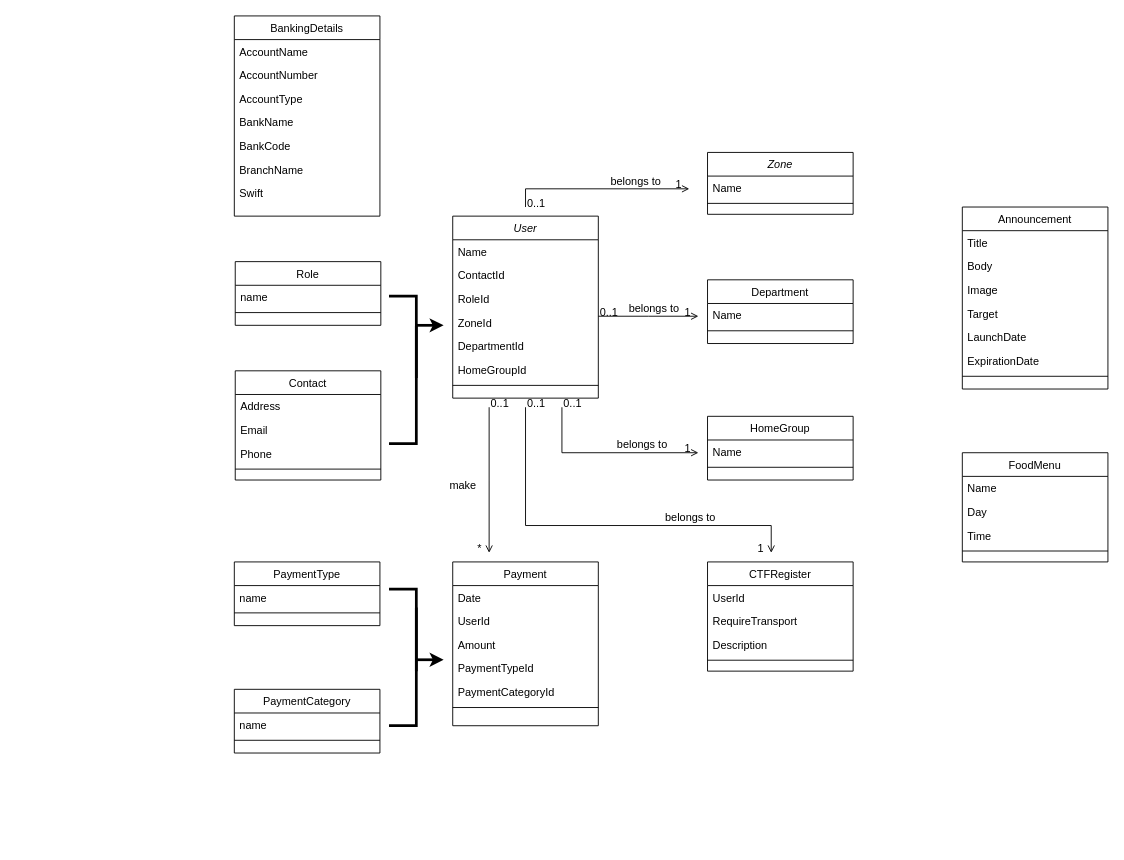
Before: Untitled Diagram.drawio in alphamonline/HIM-Events-App, a draw.io diagram. Source tidied: cells renumbered, new cells numbered last; positions are measured from the earlier drawing's top-left corner, leaving out a move shared by most shapes. Both pictures are drawn from the tidied source at 91%, with x=0, y=0 at pixel (234, 15).
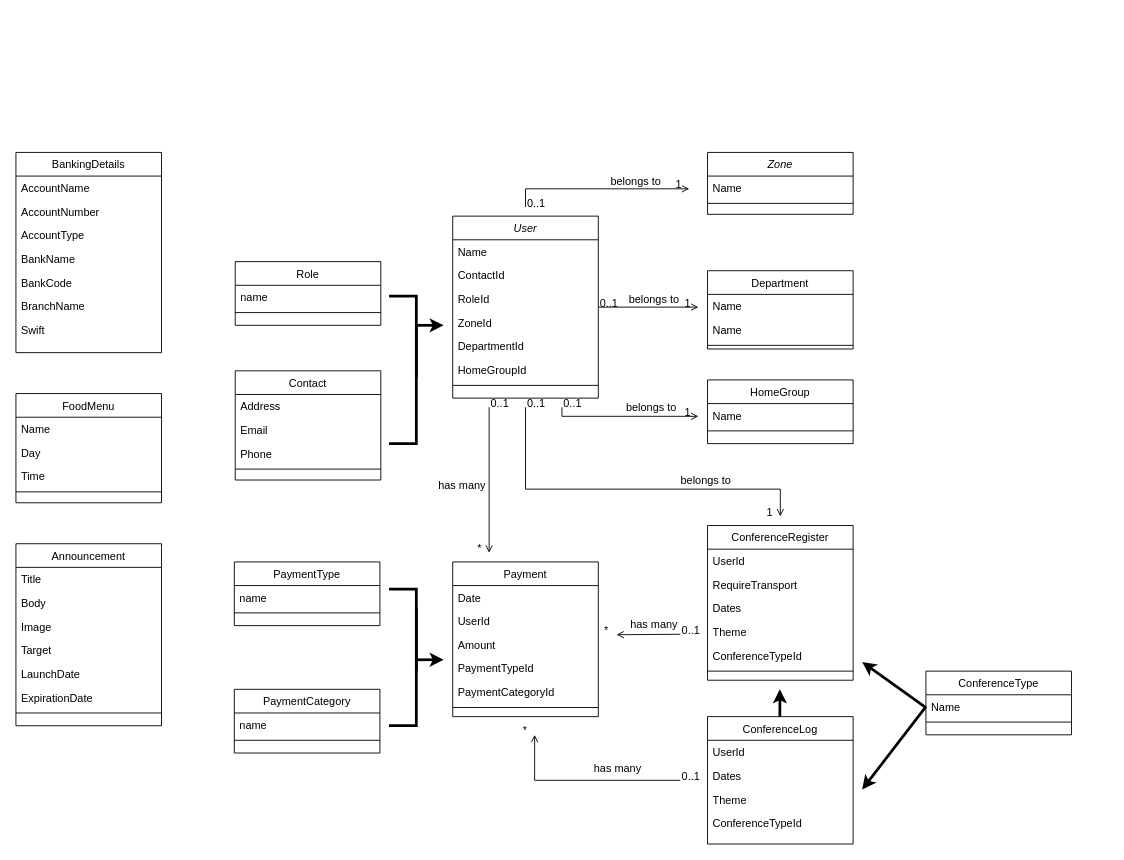
The same diagram, later.

Unchanged cells that the change refers to:
```xml
<mxCell id="2" value="User" style="swimlane;fontStyle=2;align=center;verticalAlign=top;horizontal=1;startSize=26;rounded=0;shadow=0;strokeWidth=1;" parent="1" vertex="1">
  <mxGeometry x="240" y="220" width="160" height="200" as="geometry" />
</mxCell>
<mxCell id="31" value="Name" style="text;align=left;verticalAlign=top;spacingLeft=4;spacingRight=4;overflow=hidden;points=[[0,0.5],[1,0.5]];portConstraint=eastwest;" parent="30" vertex="1">
  <mxGeometry y="26" width="160" height="26" as="geometry" />
</mxCell>
<mxCell id="52" style="endArrow=open;shadow=0;strokeWidth=1;rounded=0;curved=0;endFill=1;edgeStyle=elbowEdgeStyle;elbow=vertical;" parent="1" edge="1">
  <mxGeometry x="0.5" y="41" relative="1" as="geometry">
    <mxPoint x="280" y="430" as="sourcePoint" />
    <mxPoint x="280" y="590" as="targetPoint" />
    <mxPoint x="-40" y="32" as="offset" />
  </mxGeometry>
</mxCell>
```

What changed in the source:
```diff
@@
     <mxCell id="15" value="BankingDetails" style="swimlane;fontStyle=0;align=center;verticalAlign=top;horizontal=1;startSize=26;rounded=0;shadow=0;strokeWidth=1;" parent="1" vertex="1">
-      <mxGeometry width="160" height="220" as="geometry" />
+      <mxGeometry x="-240" y="150" width="160" height="220" as="geometry" />
     </mxCell>
@@
     <mxCell id="23" value="Department" style="swimlane;fontStyle=0;align=center;verticalAlign=top;horizontal=1;startSize=26;rounded=0;shadow=0;strokeWidth=1;" parent="1" vertex="1">
-      <mxGeometry x="520" y="290" width="160" height="70" as="geometry" />
+      <mxGeometry x="520" y="280" width="160" height="86" as="geometry" />
     </mxCell>
+    <mxCell id="92" value="Name" style="text;align=left;verticalAlign=top;spacingLeft=4;spacingRight=4;overflow=hidden;" parent="23" vertex="1">
+      <mxGeometry y="26" width="160" height="26" as="geometry" />
+    </mxCell>
     <mxCell id="24" value="Name" style="text;align=left;verticalAlign=top;spacingLeft=4;spacingRight=4;overflow=hidden;" parent="23" vertex="1">
-      <mxGeometry y="26" width="160" height="26" as="geometry" />
+      <mxGeometry y="52" width="160" height="26" as="geometry" />
     </mxCell>
     <mxCell id="25" style="line;html=1;strokeWidth=1;align=left;verticalAlign=middle;spacingTop=-1;spacingLeft=3;spacingRight=3;labelPosition=right;" parent="23" vertex="1">
-      <mxGeometry y="52" width="160" height="8" as="geometry" />
+      <mxGeometry y="78" width="160" height="8" as="geometry" />
     </mxCell>
     <mxCell id="26" style="endArrow=open;shadow=0;strokeWidth=1;rounded=0;curved=0;endFill=1;edgeStyle=elbowEdgeStyle;elbow=vertical;" parent="1" edge="1" source="2">
       <mxGeometry x="0.5" y="41" relative="1" as="geometry">
-        <mxPoint x="510" y="330" as="targetPoint" />
+        <mxPoint x="510" y="320" as="targetPoint" />
+        <Array as="points">
+          <mxPoint x="450" y="320" />
+        </Array>
         <mxPoint x="-40" y="32" as="offset" />
       </mxGeometry>
     </mxCell>
@@
-    <mxCell id="30" value="HomeGroup" style="swimlane;fontStyle=0;align=center;verticalAlign=top;horizontal=1;startSize=26;rounded=0;shadow=0;strokeWidth=1;" parent="1" vertex="1">
-      <mxGeometry x="520" y="440" width="160" height="70" as="geometry" />
+    <mxCell id="30" value="ConferenceType" style="swimlane;fontStyle=0;align=center;verticalAlign=top;horizontal=1;startSize=26;rounded=0;shadow=0;strokeWidth=1;" parent="1" vertex="1">
+      <mxGeometry x="760" y="720" width="160" height="70" as="geometry" />
     </mxCell>
@@
     <mxCell id="33" style="endArrow=open;shadow=0;strokeWidth=1;rounded=0;curved=0;endFill=1;edgeStyle=elbowEdgeStyle;elbow=vertical;" parent="1" edge="1">
       <mxGeometry x="0.5" y="41" relative="1" as="geometry">
         <mxPoint x="360" y="430" as="sourcePoint" />
-        <mxPoint x="510" y="480" as="targetPoint" />
+        <mxPoint x="510" y="440" as="targetPoint" />
         <Array as="points">
-          <mxPoint x="430" y="480" />
+          <mxPoint x="430" y="440" />
         </Array>
         <mxPoint x="-40" y="32" as="offset" />
       </mxGeometry>
     </mxCell>
@@
     <mxCell id="40" value="FoodMenu" style="swimlane;fontStyle=0;align=center;verticalAlign=top;horizontal=1;startSize=26;rounded=0;shadow=0;strokeWidth=1;" parent="1" vertex="1">
-      <mxGeometry x="800" y="480" width="160" height="120" as="geometry" />
+      <mxGeometry x="-240" y="415" width="160" height="120" as="geometry" />
     </mxCell>
@@
     <mxCell id="45" value="Payment" style="swimlane;fontStyle=0;align=center;verticalAlign=top;horizontal=1;startSize=26;rounded=0;shadow=0;strokeWidth=1;" parent="1" vertex="1">
-      <mxGeometry x="240" y="600" width="160" height="180" as="geometry" />
+      <mxGeometry x="240" y="600" width="160" height="170" as="geometry" />
     </mxCell>
@@
-    <mxCell id="55" value="make" style="text;html=1;align=center;verticalAlign=middle;labelBackgroundColor=none;rounded=0;shadow=0;strokeWidth=1;fontSize=12;" parent="52" vertex="1">
+    <mxCell id="55" value="has many" style="text;html=1;align=center;verticalAlign=middle;labelBackgroundColor=none;rounded=0;shadow=0;strokeWidth=1;fontSize=12;" parent="52" vertex="1">
       <mxGeometry x="0.5" y="49" relative="1" as="geometry">
-        <mxPoint x="-79" y="-35" as="offset" />
+        <mxPoint x="-80" y="-35" as="offset" />
       </mxGeometry>
     </mxCell>
@@
     <mxCell id="68" value="Announcement" style="swimlane;fontStyle=0;align=center;verticalAlign=top;horizontal=1;startSize=26;rounded=0;shadow=0;strokeWidth=1;" parent="1" vertex="1">
-      <mxGeometry x="800" y="210" width="160" height="200" as="geometry" />
+      <mxGeometry x="-240" y="580" width="160" height="200" as="geometry" />
     </mxCell>
@@
-    <mxCell id="83" value="CTFRegister" style="swimlane;fontStyle=0;align=center;verticalAlign=top;horizontal=1;startSize=26;rounded=0;shadow=0;strokeWidth=1;" parent="1" vertex="1">
-      <mxGeometry x="520" y="600" width="160" height="120" as="geometry" />
+    <mxCell id="83" value="ConferenceRegister" style="swimlane;fontStyle=0;align=center;verticalAlign=top;horizontal=1;startSize=26;rounded=0;shadow=0;strokeWidth=1;" parent="1" vertex="1">
+      <mxGeometry x="520" y="560" width="160" height="170" as="geometry" />
     </mxCell>
@@
-    <mxCell id="86" value="Description" style="text;align=left;verticalAlign=top;spacingLeft=4;spacingRight=4;overflow=hidden;rounded=0;shadow=0;html=0;" parent="83" vertex="1">
+    <mxCell id="86" value="Dates" style="text;align=left;verticalAlign=top;spacingLeft=4;spacingRight=4;overflow=hidden;rounded=0;shadow=0;html=0;" parent="83" vertex="1">
       <mxGeometry y="78" width="160" height="26" as="geometry" />
     </mxCell>
-    <mxCell id="87" style="line;html=1;strokeWidth=1;align=left;verticalAlign=middle;spacingTop=-1;spacingLeft=3;spacingRight=3;labelPosition=right;" parent="83" vertex="1">
-      <mxGeometry y="104" width="160" height="8" as="geometry" />
-    </mxCell>
+    <mxCell id="93" value="Theme" style="text;align=left;verticalAlign=top;spacingLeft=4;spacingRight=4;overflow=hidden;rounded=0;shadow=0;html=0;" parent="83" vertex="1">
+      <mxGeometry y="104" width="160" height="26" as="geometry" />
+    </mxCell>
+    <mxCell id="94" value="ConferenceTypeId" style="text;align=left;verticalAlign=top;spacingLeft=4;spacingRight=4;overflow=hidden;rounded=0;shadow=0;html=0;" parent="83" vertex="1">
+      <mxGeometry y="130" width="160" height="26" as="geometry" />
+    </mxCell>
+    <mxCell id="95" style="line;html=1;strokeWidth=1;align=left;verticalAlign=middle;spacingTop=-1;spacingLeft=3;spacingRight=3;labelPosition=right;" parent="83" vertex="1">
+      <mxGeometry y="156" width="160" height="8" as="geometry" />
+    </mxCell>
     <mxCell id="88" style="endArrow=open;shadow=0;strokeWidth=1;rounded=0;curved=0;endFill=1;edgeStyle=elbowEdgeStyle;elbow=vertical;" parent="1" edge="1">
       <mxGeometry x="0.5" y="41" relative="1" as="geometry">
         <mxPoint x="320" y="430" as="sourcePoint" />
-        <mxPoint x="590" y="590" as="targetPoint" />
+        <mxPoint x="600" y="550" as="targetPoint" />
         <Array as="points">
-          <mxPoint x="320" y="560" />
+          <mxPoint x="320" y="520" />
         </Array>
         <mxPoint x="-40" y="32" as="offset" />
       </mxGeometry>
     </mxCell>
@@
+    <mxCell id="96" value="ConferenceLog" style="swimlane;fontStyle=0;align=center;verticalAlign=top;horizontal=1;startSize=26;rounded=0;shadow=0;strokeWidth=1;" parent="1" vertex="1">
+      <mxGeometry x="520" y="770" width="160" height="140" as="geometry" />
+    </mxCell>
+    <mxCell id="97" value="UserId" style="text;align=left;verticalAlign=top;spacingLeft=4;spacingRight=4;overflow=hidden;" parent="96" vertex="1">
+      <mxGeometry y="26" width="160" height="26" as="geometry" />
+    </mxCell>
+    <mxCell id="98" value="Dates" style="text;align=left;verticalAlign=top;spacingLeft=4;spacingRight=4;overflow=hidden;rounded=0;shadow=0;html=0;" parent="96" vertex="1">
+      <mxGeometry y="52" width="160" height="26" as="geometry" />
+    </mxCell>
+    <mxCell id="99" value="Theme" style="text;align=left;verticalAlign=top;spacingLeft=4;spacingRight=4;overflow=hidden;rounded=0;shadow=0;html=0;" parent="96" vertex="1">
+      <mxGeometry y="78" width="160" height="26" as="geometry" />
+    </mxCell>
+    <mxCell id="100" value="ConferenceTypeId" style="text;align=left;verticalAlign=top;spacingLeft=4;spacingRight=4;overflow=hidden;rounded=0;shadow=0;html=0;" parent="96" vertex="1">
+      <mxGeometry y="104" width="160" height="26" as="geometry" />
+    </mxCell>
+    <mxCell id="101" style="endArrow=classic;html=1;rounded=0;strokeWidth=3;" parent="1" edge="1">
+      <mxGeometry relative="1" as="geometry">
+        <mxPoint x="599.5" y="770" as="sourcePoint" />
+        <mxPoint x="599.5" y="740" as="targetPoint" />
+      </mxGeometry>
+    </mxCell>
+    <mxCell id="102" style="endArrow=open;shadow=0;strokeWidth=1;rounded=0;curved=0;endFill=1;edgeStyle=elbowEdgeStyle;elbow=vertical;" parent="1" edge="1">
+      <mxGeometry x="0.5" y="41" relative="1" as="geometry">
+        <mxPoint x="490" y="679.5" as="sourcePoint" />
+        <mxPoint x="420" y="680" as="targetPoint" />
+        <mxPoint x="-40" y="32" as="offset" />
+      </mxGeometry>
+    </mxCell>
+    <mxCell id="103" value="0..1" style="align=left;verticalAlign=bottom;labelBackgroundColor=none;fontSize=12;" parent="102" vertex="1">
+      <mxGeometry x="-1" relative="1" as="geometry">
+        <mxPoint y="4" as="offset" />
+      </mxGeometry>
+    </mxCell>
+    <mxCell id="104" value="*" style="align=right;verticalAlign=bottom;labelBackgroundColor=none;fontSize=12;" parent="102" vertex="1">
+      <mxGeometry x="1" relative="1" as="geometry">
+        <mxPoint x="-7" y="4" as="offset" />
+      </mxGeometry>
+    </mxCell>
+    <mxCell id="105" value="has many" style="text;html=1;align=center;verticalAlign=middle;labelBackgroundColor=none;rounded=0;shadow=0;strokeWidth=1;fontSize=12;" parent="102" vertex="1">
+      <mxGeometry x="0.5" y="49" relative="1" as="geometry">
+        <mxPoint x="23" y="-61" as="offset" />
+      </mxGeometry>
+    </mxCell>
+    <mxCell id="106" value="HomeGroup" style="swimlane;fontStyle=0;align=center;verticalAlign=top;horizontal=1;startSize=26;rounded=0;shadow=0;strokeWidth=1;" parent="1" vertex="1">
+      <mxGeometry x="520" y="400" width="160" height="70" as="geometry" />
+    </mxCell>
+    <mxCell id="107" value="Name" style="text;align=left;verticalAlign=top;spacingLeft=4;spacingRight=4;overflow=hidden;" parent="106" vertex="1">
+      <mxGeometry y="26" width="160" height="26" as="geometry" />
+    </mxCell>
+    <mxCell id="108" style="line;html=1;strokeWidth=1;align=left;verticalAlign=middle;spacingTop=-1;spacingLeft=3;spacingRight=3;labelPosition=right;" parent="106" vertex="1">
+      <mxGeometry y="52" width="160" height="8" as="geometry" />
+    </mxCell>
+    <mxCell id="109" style="endArrow=classic;html=1;rounded=0;strokeWidth=3;exitX=0;exitY=0.5;exitDx=0;exitDy=0;" parent="1" edge="1" source="31">
+      <mxGeometry relative="1" as="geometry">
+        <mxPoint x="690" y="850" as="targetPoint" />
+      </mxGeometry>
+    </mxCell>
+    <mxCell id="110" style="endArrow=classic;html=1;rounded=0;strokeWidth=3;" parent="1" edge="1">
+      <mxGeometry relative="1" as="geometry">
+        <mxPoint x="760" y="760" as="sourcePoint" />
+        <mxPoint x="690" y="710" as="targetPoint" />
+      </mxGeometry>
+    </mxCell>
+    <mxCell id="111" style="endArrow=open;shadow=0;strokeWidth=1;rounded=0;curved=0;endFill=1;edgeStyle=elbowEdgeStyle;elbow=vertical;" parent="1" edge="1">
+      <mxGeometry x="0.5" y="41" relative="1" as="geometry">
+        <mxPoint x="490" y="840" as="sourcePoint" />
+        <mxPoint x="330" y="790" as="targetPoint" />
+        <Array as="points">
+          <mxPoint x="410" y="840" />
+        </Array>
+        <mxPoint x="-40" y="32" as="offset" />
+      </mxGeometry>
+    </mxCell>
+    <mxCell id="112" value="0..1" style="align=left;verticalAlign=bottom;labelBackgroundColor=none;fontSize=12;" parent="111" vertex="1">
+      <mxGeometry x="-1" relative="1" as="geometry">
+        <mxPoint y="4" as="offset" />
+      </mxGeometry>
+    </mxCell>
+    <mxCell id="113" value="*" style="align=right;verticalAlign=bottom;labelBackgroundColor=none;fontSize=12;" parent="111" vertex="1">
+      <mxGeometry x="1" relative="1" as="geometry">
+        <mxPoint x="-7" y="4" as="offset" />
+      </mxGeometry>
+    </mxCell>
+    <mxCell id="114" value="has many" style="text;html=1;align=center;verticalAlign=middle;labelBackgroundColor=none;rounded=0;shadow=0;strokeWidth=1;fontSize=12;" parent="111" vertex="1">
+      <mxGeometry x="0.5" y="49" relative="1" as="geometry">
+        <mxPoint x="88" y="-63" as="offset" />
+      </mxGeometry>
+    </mxCell>
```
